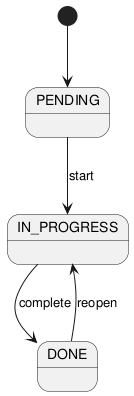
Before: experiments/supervisor_as_tools/user_stories/TODO/artifacts/state_diagram.png, a diagram exported from PlantUML (DanielRiha8906/Software_autoevolution_using_agents). Its diagram source:
```plantuml
@startuml

[*] --> PENDING

PENDING --> IN_PROGRESS : start
IN_PROGRESS --> DONE : complete
DONE --> IN_PROGRESS : reopen

@enduml
```
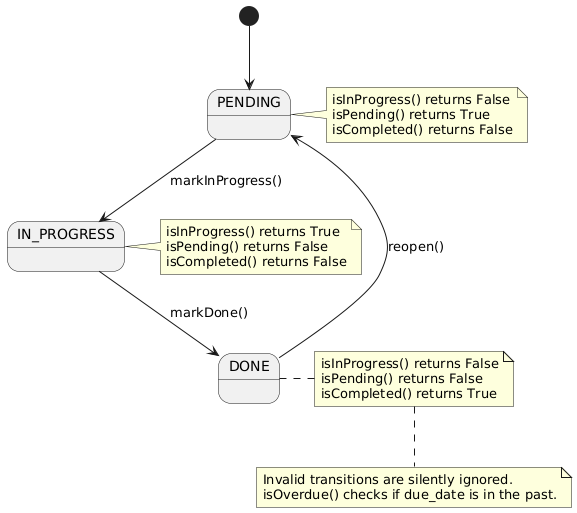
Above is the later version.

Change to the diagram source:
```diff
@@ -1,9 +1,32 @@
-@startuml
+@startuml state_diagram
 
 [*] --> PENDING
 
-PENDING --> IN_PROGRESS : start
-IN_PROGRESS --> DONE : complete
-DONE --> IN_PROGRESS : reopen
+PENDING --> IN_PROGRESS : markInProgress()
+IN_PROGRESS --> DONE : markDone()
+DONE --> PENDING : reopen()
+
+note right of PENDING
+  isInProgress() returns False
+  isPending() returns True
+  isCompleted() returns False
+end note
+
+note right of IN_PROGRESS
+  isInProgress() returns True
+  isPending() returns False
+  isCompleted() returns False
+end note
+
+note right of DONE
+  isInProgress() returns False
+  isPending() returns False
+  isCompleted() returns True
+end note
+
+note bottom
+  Invalid transitions are silently ignored.
+  isOverdue() checks if due_date is in the past.
+end note
 
 @enduml
```
